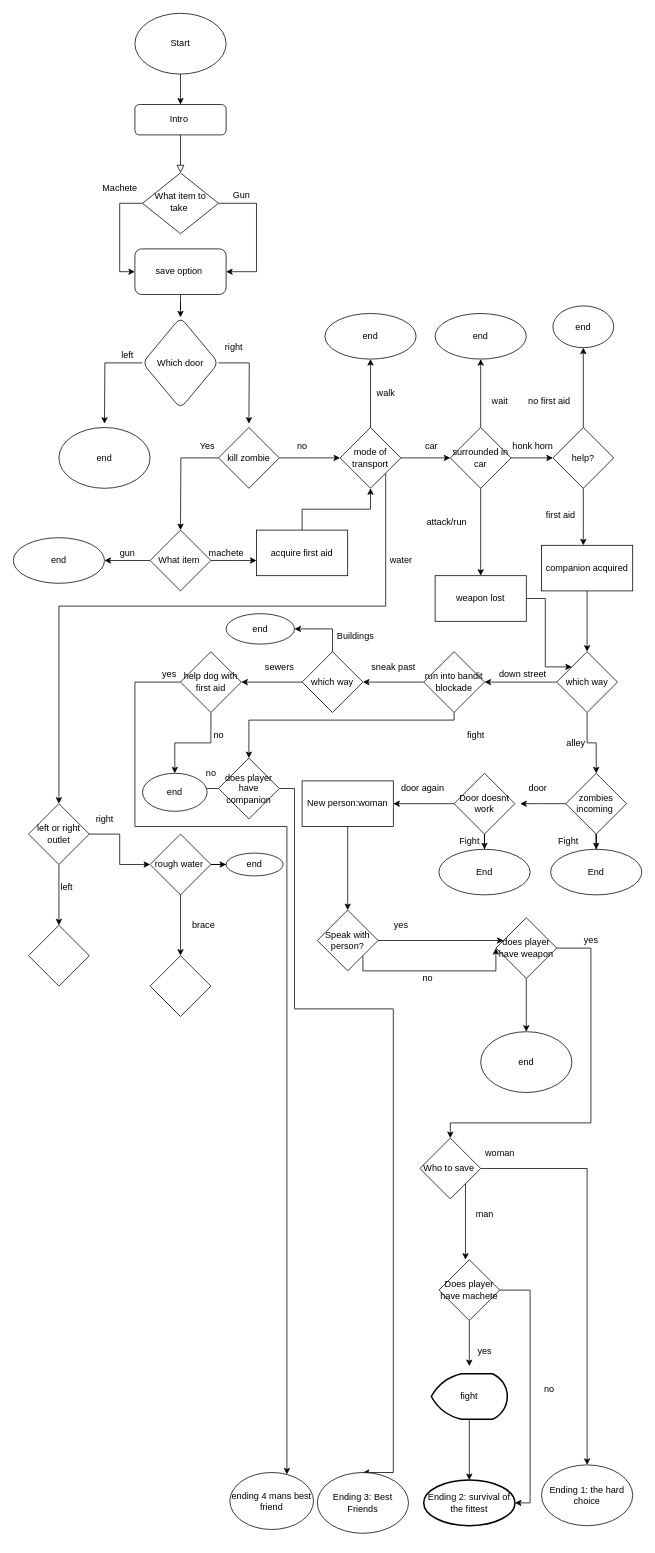
The draw.io diagram Untitled Diagram.drawio in Sam-Tomlinson/Zomboid, before the edit. Source tidied: cells renumbered, new cells numbered last; positions are measured from the earlier drawing's top-left corner, leaving out a move shared by most shapes. Both pictures are drawn from the tidied source at 76%, with x=0, y=0 at pixel (13, 13).
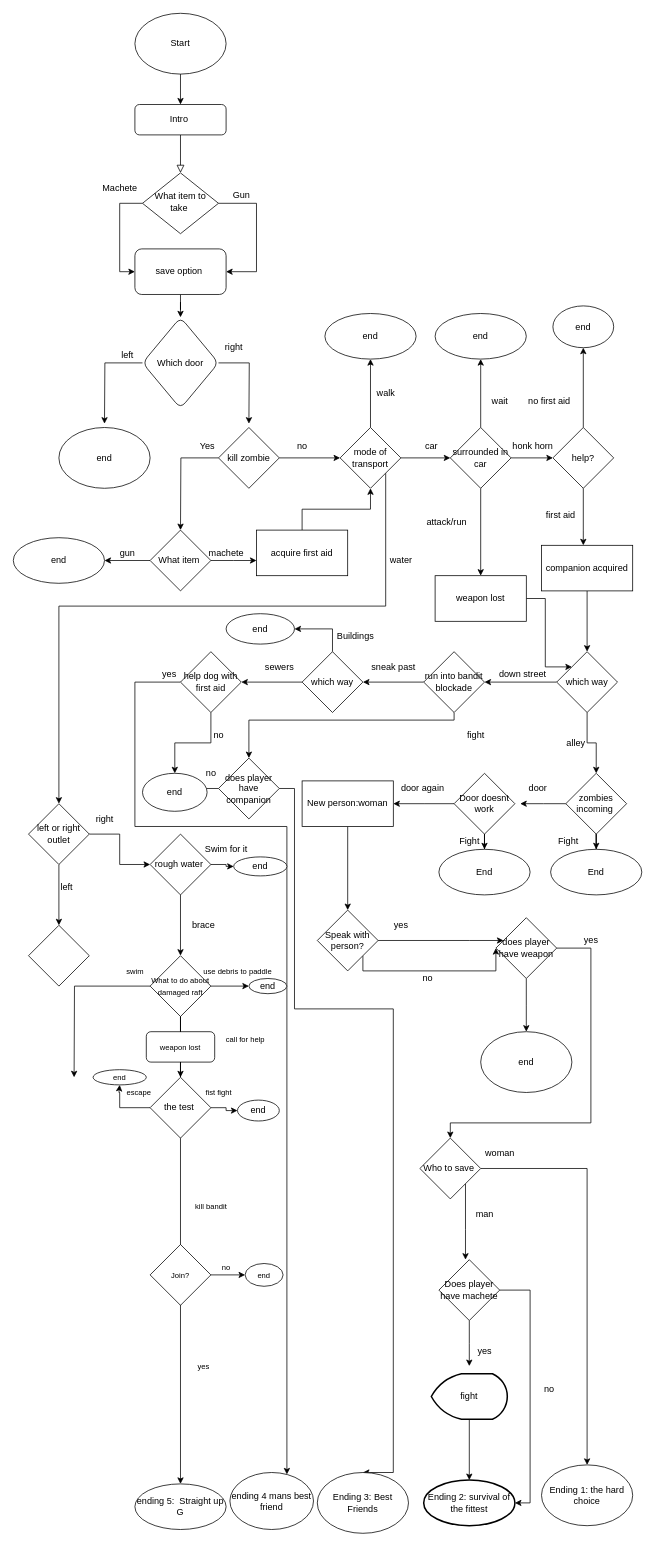
The same page after the edit.

Diff of the diagram source:
```diff
@@
+    <mxCell id="137" style="edgeStyle=orthogonalEdgeStyle;rounded=0;jettySize=auto;html=1;fontSize=10;" parent="1" edge="1" source="134" target="141">
+      <mxGeometry relative="1" as="geometry" />
+    </mxCell>
+    <mxCell id="138" style="edgeStyle=orthogonalEdgeStyle;rounded=0;jettySize=auto;html=1;fontSize=10;startArrow=none;" parent="1" edge="1" source="159" target="146">
+      <mxGeometry relative="1" as="geometry" />
+    </mxCell>
+    <mxCell id="139" style="edgeStyle=orthogonalEdgeStyle;rounded=0;jettySize=auto;html=1;fontSize=10;" parent="1" edge="1" source="134">
+      <mxGeometry relative="1" as="geometry">
+        <mxPoint x="80" y="1400" as="targetPoint" />
+      </mxGeometry>
+    </mxCell>
-    <mxCell id="134" style="rhombus;whiteSpace=wrap;html=1;" parent="1" vertex="1">
+    <mxCell id="134" value="&lt;font style=&quot;font-size: 10px&quot;&gt;What to do about damaged raft&lt;/font&gt;" style="rhombus;whiteSpace=wrap;html=1;" parent="1" vertex="1">
       <mxGeometry x="180" y="1240" width="80" height="80" as="geometry" />
     </mxCell>
@@
     <mxCell id="136" value="end" style="ellipse;whiteSpace=wrap;html=1;" parent="1" vertex="1">
-      <mxGeometry x="280" y="1105" width="75" height="30" as="geometry" />
+      <mxGeometry x="290" y="1110" width="70" height="25" as="geometry" />
     </mxCell>
+    <mxCell id="140" value="Swim for it" style="text;html=1;align=center;verticalAlign=middle;strokeColor=none;fillColor=none;" parent="1" vertex="1">
+      <mxGeometry x="245" y="1090" width="70" height="20" as="geometry" />
+    </mxCell>
+    <mxCell id="141" value="end" style="ellipse;whiteSpace=wrap;html=1;" parent="1" vertex="1">
+      <mxGeometry x="310" y="1270" width="50" height="20" as="geometry" />
+    </mxCell>
+    <mxCell id="142" value="use debris to paddle" style="text;html=1;align=center;verticalAlign=middle;strokeColor=none;fillColor=none;fontSize=10;" parent="1" vertex="1">
+      <mxGeometry x="240" y="1250" width="110" height="20" as="geometry" />
+    </mxCell>
+    <mxCell id="143" style="edgeStyle=orthogonalEdgeStyle;rounded=0;jettySize=auto;html=1;fontSize=10;" parent="1" edge="1" source="146" target="148">
+      <mxGeometry relative="1" as="geometry" />
+    </mxCell>
+    <mxCell id="144" style="edgeStyle=orthogonalEdgeStyle;rounded=0;jettySize=auto;html=1;fontSize=10;" parent="1" edge="1" source="146" target="149">
+      <mxGeometry relative="1" as="geometry" />
+    </mxCell>
+    <mxCell id="145" style="edgeStyle=orthogonalEdgeStyle;rounded=0;jettySize=auto;html=1;fontSize=10;entryX=0.5;entryY=1;entryDx=0;entryDy=0;" parent="1" edge="1" source="146" target="161">
+      <mxGeometry relative="1" as="geometry">
+        <Array as="points">
+          <mxPoint x="140" y="1440" />
+          <mxPoint x="140" y="1420" />
+          <mxPoint x="139" y="1420" />
+        </Array>
+      </mxGeometry>
+    </mxCell>
+    <mxCell id="146" value="the test&amp;nbsp;" style="rhombus;whiteSpace=wrap;html=1;" parent="1" vertex="1">
+      <mxGeometry x="180" y="1400" width="80" height="80" as="geometry" />
+    </mxCell>
+    <mxCell id="147" value="call for help" style="text;html=1;align=center;verticalAlign=middle;strokeColor=none;fillColor=none;fontSize=10;" parent="1" vertex="1">
+      <mxGeometry x="270" y="1340" width="70" height="20" as="geometry" />
+    </mxCell>
+    <mxCell id="148" value="end" style="ellipse;whiteSpace=wrap;html=1;" parent="1" vertex="1">
+      <mxGeometry x="295" y="1430" width="55" height="27.5" as="geometry" />
+    </mxCell>
+    <mxCell id="149" value="ending 5:&amp;nbsp; Straight up G" style="ellipse;whiteSpace=wrap;html=1;" parent="1" vertex="1">
+      <mxGeometry x="160" y="1935" width="120" height="60" as="geometry" />
+    </mxCell>
+    <mxCell id="150" value="kill bandit" style="text;html=1;align=center;verticalAlign=middle;strokeColor=none;fillColor=none;fontSize=10;" parent="1" vertex="1">
+      <mxGeometry x="230" y="1560" width="60" height="20" as="geometry" />
+    </mxCell>
+    <mxCell id="151" style="edgeStyle=orthogonalEdgeStyle;rounded=0;jettySize=auto;html=1;fontSize=10;" parent="1" edge="1" source="152" target="153">
+      <mxGeometry relative="1" as="geometry" />
+    </mxCell>
+    <mxCell id="152" value="Join?" style="rhombus;whiteSpace=wrap;html=1;fontSize=10;" parent="1" vertex="1">
+      <mxGeometry x="180" y="1620" width="80" height="80" as="geometry" />
+    </mxCell>
+    <mxCell id="153" value="end" style="ellipse;whiteSpace=wrap;html=1;fontSize=10;" parent="1" vertex="1">
+      <mxGeometry x="305" y="1645" width="50" height="30" as="geometry" />
+    </mxCell>
+    <mxCell id="154" value="no" style="text;html=1;align=center;verticalAlign=middle;strokeColor=none;fillColor=none;fontSize=10;" parent="1" vertex="1">
+      <mxGeometry x="265" y="1640" width="30" height="20" as="geometry" />
+    </mxCell>
+    <mxCell id="155" value="yes" style="text;html=1;align=center;verticalAlign=middle;strokeColor=none;fillColor=none;fontSize=10;" parent="1" vertex="1">
+      <mxGeometry x="235" y="1770" width="30" height="20" as="geometry" />
+    </mxCell>
+    <mxCell id="156" value="fist fight" style="text;html=1;align=center;verticalAlign=middle;strokeColor=none;fillColor=none;fontSize=10;" parent="1" vertex="1">
+      <mxGeometry x="245" y="1410" width="50" height="20" as="geometry" />
+    </mxCell>
+    <mxCell id="157" value="swim" style="text;html=1;align=center;verticalAlign=middle;strokeColor=none;fillColor=none;fontSize=10;" parent="1" vertex="1">
+      <mxGeometry x="140" y="1250" width="40" height="20" as="geometry" />
+    </mxCell>
+    <mxCell id="158" value="escape" style="text;html=1;align=center;verticalAlign=middle;strokeColor=none;fillColor=none;fontSize=10;" parent="1" vertex="1">
+      <mxGeometry x="140" y="1410" width="50" height="20" as="geometry" />
+    </mxCell>
+    <mxCell id="159" value="weapon lost" style="rounded=1;whiteSpace=wrap;html=1;fontSize=10;" parent="1" vertex="1">
+      <mxGeometry x="175" y="1340" width="90" height="40" as="geometry" />
+    </mxCell>
+    <mxCell id="160" style="edgeStyle=orthogonalEdgeStyle;rounded=0;jettySize=auto;html=1;fontSize=10;endArrow=none;" parent="1" edge="1" source="134" target="159">
+      <mxGeometry relative="1" as="geometry" />
+    </mxCell>
+    <mxCell id="161" value="end" style="ellipse;whiteSpace=wrap;html=1;fontSize=10;" parent="1" vertex="1">
+      <mxGeometry x="105" y="1390" width="70" height="20" as="geometry" />
+    </mxCell>
```
